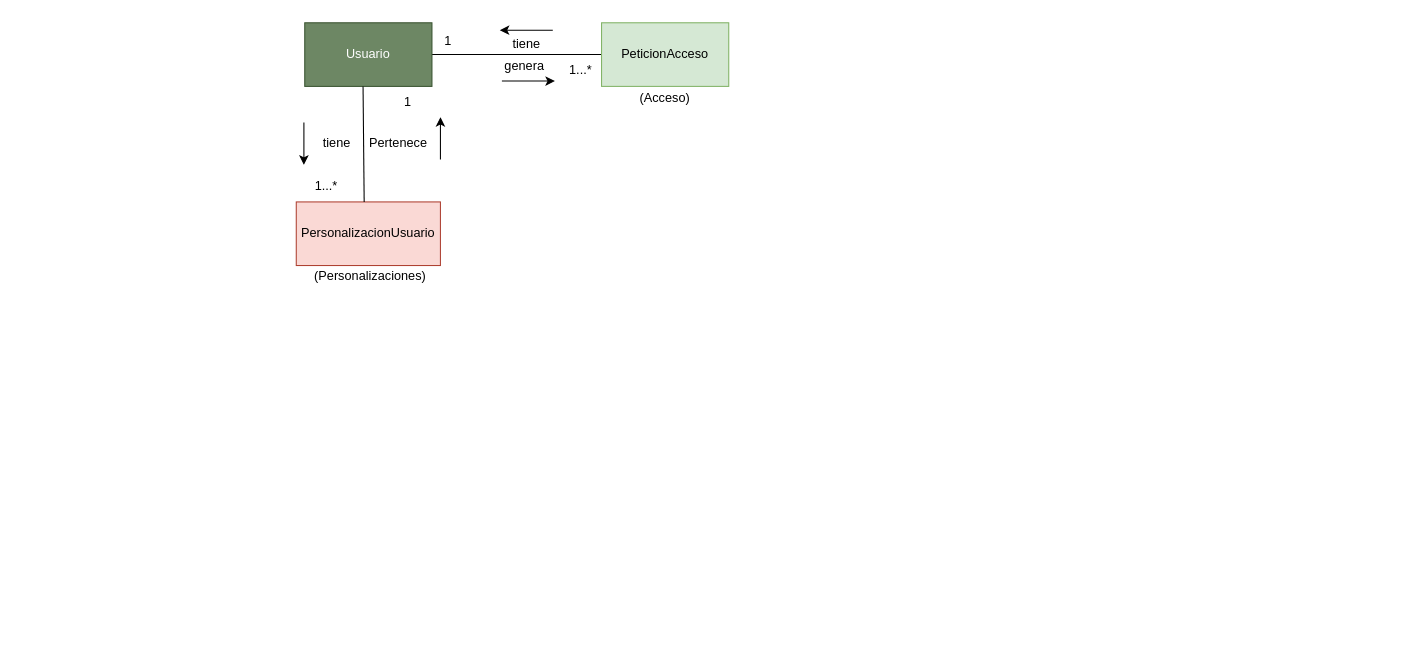
The draw.io diagram page "AnemicModelUsers" (9 of 14) of CoTasker_BoundedContext.drawio in Migue1409-KP/DOO-working-group, before the edit. Source tidied: cells renumbered, new cells numbered last; positions are measured from the earlier drawing's top-left corner, leaving out a move shared by most shapes. Both pictures are drawn from the tidied source at 106%, with x=0, y=0 at pixel (296, 22).
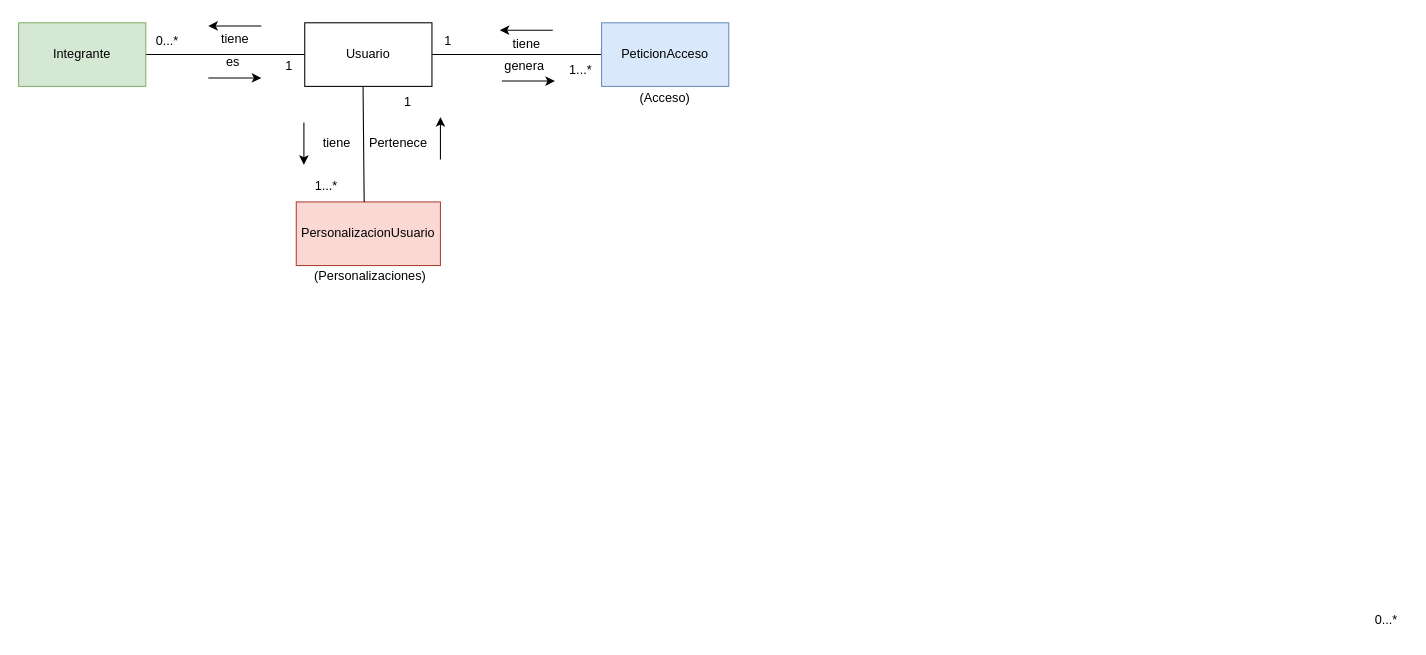
The same page after the edit.

The edit, as a diff of the source:
```diff
@@
+    <mxCell id="21" style="edgeStyle=orthogonalEdgeStyle;rounded=0;jettySize=auto;html=1;exitX=0;exitY=0.5;exitDx=0;exitDy=0;entryX=1;entryY=0.5;entryDx=0;entryDy=0;endArrow=none;endFill=0;" parent="1" edge="1" source="3" target="22">
+      <mxGeometry relative="1" as="geometry" />
+    </mxCell>
-    <mxCell id="3" value="Usuario" style="rounded=0;whiteSpace=wrap;html=1;fillColor=#6d8764;fontColor=#ffffff;strokeColor=#3A5431;" parent="1" vertex="1">
+    <mxCell id="3" value="Usuario" style="rounded=0;whiteSpace=wrap;html=1;" parent="1" vertex="1">
       <mxGeometry x="8" width="120" height="60" as="geometry" />
     </mxCell>
@@
-    <mxCell id="12" value="PeticionAcceso" style="rounded=0;whiteSpace=wrap;html=1;fillColor=#d5e8d4;strokeColor=#82b366;" parent="1" vertex="1">
+    <mxCell id="12" value="PeticionAcceso" style="rounded=0;whiteSpace=wrap;html=1;fillColor=#dae8fc;strokeColor=#6c8ebf;" parent="1" vertex="1">
       <mxGeometry x="288" width="120" height="60" as="geometry" />
     </mxCell>
@@
+    <mxCell id="22" value="Integrante" style="rounded=0;whiteSpace=wrap;html=1;fillColor=#d5e8d4;strokeColor=#82b366;" parent="1" vertex="1">
+      <mxGeometry x="-262" width="120" height="60" as="geometry" />
+    </mxCell>
+    <mxCell id="23" value="tiene&lt;br&gt;" style="text;html=1;align=center;verticalAlign=middle;strokeColor=none;fillColor=none;" parent="1" vertex="1">
+      <mxGeometry x="-83" y="1" width="50" height="30" as="geometry" />
+    </mxCell>
+    <mxCell id="24" value="es" style="text;html=1;align=center;verticalAlign=middle;strokeColor=none;fillColor=none;" parent="1" vertex="1">
+      <mxGeometry x="-80" y="22" width="40" height="30" as="geometry" />
+    </mxCell>
+    <mxCell id="25" style="endArrow=classic;html=1;rounded=0;" parent="1" edge="1">
+      <mxGeometry relative="1" as="geometry">
+        <mxPoint x="-33" y="3" as="sourcePoint" />
+        <mxPoint x="-83" y="3" as="targetPoint" />
+        <Array as="points">
+          <mxPoint x="-43" y="3" />
+        </Array>
+      </mxGeometry>
+    </mxCell>
+    <mxCell id="26" value="1" style="text;html=1;align=center;verticalAlign=middle;strokeColor=none;fillColor=none;" parent="1" vertex="1">
+      <mxGeometry x="-22" y="26" width="30" height="30" as="geometry" />
+    </mxCell>
+    <mxCell id="27" value="0...*" style="text;html=1;align=center;verticalAlign=middle;strokeColor=none;fillColor=none;" parent="1" vertex="1">
+      <mxGeometry x="1008" y="549" width="40" height="30" as="geometry" />
+    </mxCell>
+    <mxCell id="28" style="endArrow=classic;html=1;rounded=0;" parent="1" edge="1">
+      <mxGeometry relative="1" as="geometry">
+        <mxPoint x="-83" y="52" as="sourcePoint" />
+        <mxPoint x="-33" y="52" as="targetPoint" />
+      </mxGeometry>
+    </mxCell>
+    <mxCell id="29" value="0...*" style="text;html=1;align=center;verticalAlign=middle;strokeColor=none;fillColor=none;" parent="1" vertex="1">
+      <mxGeometry x="-142" y="2" width="40" height="30" as="geometry" />
+    </mxCell>
```
